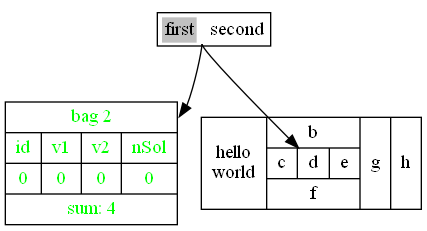
Earlier version of the Graphviz export structs_revisited.gv.png (VaeterchenFrost/gpusat-VISU). Its source is kept beside it as structs_revisited.gv. The source it was exported from:
```dot
digraph structs {
	node [shape=plaintext]
	struct1 [label=<<TABLE BORDER="1" CELLBORDER="0" CELLSPACING="2">
                           <TR><TD BGCOLOR="gray">first</TD><TD PORT="f1"></TD><TD>second</TD></TR>
                       </TABLE>>]
	node [shape=record]
	edge [arrowType=halfopen splines=line]
	struct2 [label="{<f0> bag 2|{{id|0}|{v1|0}|{ v2|0}|{ nSol|0}}|sum: 4}" fontcolor=green]
	struct3 [label="hello\nworld |{ b |{c|<here> d|e}| f}| g | h"]
	struct1:f1 -> struct2:f0
	struct1:f1 -> struct3:here
}
```
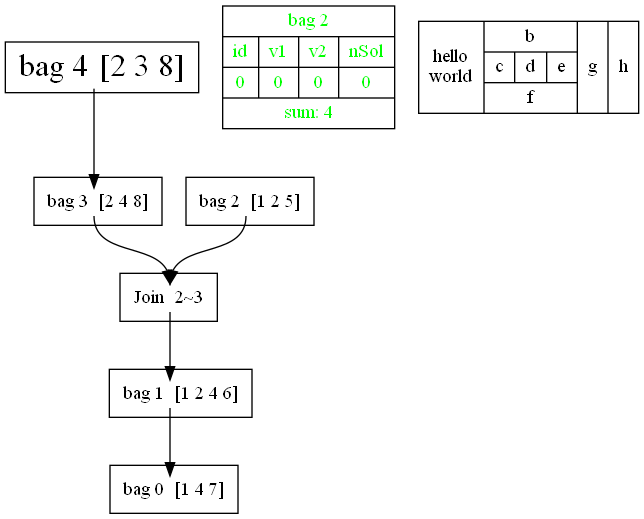
After the change.

The edit, as a diff of the source:
```diff
@@ -1,12 +1,23 @@
 digraph structs {
-	node [shape=plaintext]
-	struct1 [label=<<TABLE BORDER="1" CELLBORDER="0" CELLSPACING="2">
-                           <TR><TD BGCOLOR="gray">first</TD><TD PORT="f1"></TD><TD>second</TD></TR>
-                       </TABLE>>]
+	node [shape=rect]
+	bag4 [label=<<TABLE BORDER="0" CELLBORDER="0" CELLSPACING="0">
+              <TR><TD BGCOLOR="white">bag 4</TD><TD PORT="anchor"></TD><TD>[2 3 8]</TD></TR></TABLE>> fontsize=24]
+	bag3 [label=<<TABLE BORDER="0" CELLBORDER="0" CELLSPACING="0">
+              <TR><TD BGCOLOR="white">bag 3</TD><TD PORT="anchor"></TD><TD>[2 4 8]</TD></TR></TABLE>>]
+	join1 [label=<<TABLE BORDER="0" CELLBORDER="0" CELLSPACING="0">
+              <TR><TD BGCOLOR="white">Join</TD><TD PORT="anchor"></TD><TD>2~3</TD></TR></TABLE>>]
+	bag2 [label=<<TABLE BORDER="0" CELLBORDER="0" CELLSPACING="0">
+              <TR><TD BGCOLOR="white">bag 2</TD><TD PORT="anchor"></TD><TD>[1 2 5]</TD></TR></TABLE>>]
+	bag1 [label=<<TABLE BORDER="0" CELLBORDER="0" CELLSPACING="0">
+              <TR><TD BGCOLOR="white">bag 1</TD><TD PORT="anchor"></TD><TD>[1 2 4 6]</TD></TR></TABLE>>]
+	bag0 [label=<<TABLE BORDER="0" CELLBORDER="0" CELLSPACING="0">
+              <TR><TD BGCOLOR="white">bag 0</TD><TD PORT="anchor"></TD><TD>[1 4 7]</TD></TR></TABLE>>]
 	node [shape=record]
-	edge [arrowType=halfopen splines=line]
-	struct2 [label="{<f0> bag 2|{{id|0}|{v1|0}|{ v2|0}|{ nSol|0}}|sum: 4}" fontcolor=green]
-	struct3 [label="hello\nworld |{ b |{c|<here> d|e}| f}| g | h"]
-	struct1:f1 -> struct2:f0
-	struct1:f1 -> struct3:here
+	sol4 [label="{<f0> bag 2|{{id|0}|{v1|0}|{ v2|0}|{ nSol|0}}|sum: 4}" fontcolor=green]
+	hi [label="hello\nworld |{ b |{c|<here> d|e}| f}| g | h"]
+	bag4:anchor -> bag3:anchor
+	bag2:anchor -> join1:anchor
+	bag3:anchor -> join1:anchor
+	join1:anchor -> bag1:anchor
+	bag1:anchor -> bag0:anchor
 }
```
